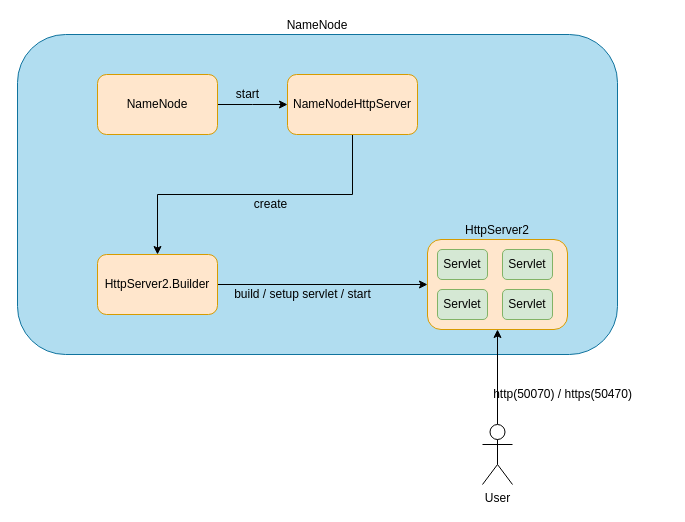
This is develop-stack/bigdata/hadoop/hdfs/hdfs_namenode_httpserver.drawio from sciatta/draw, a draw.io file, before an edit. Source tidied: cells renumbered, new cells numbered last; positions are measured from the earlier drawing's top-left corner, leaving out a move shared by most shapes. Both pictures are drawn from the tidied source at 100%, with x=0, y=0 at pixel (17, 34).
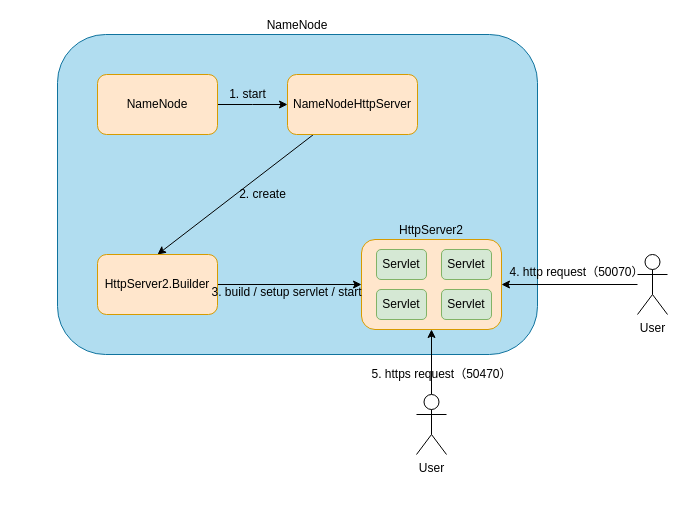
After the change.

Unchanged cells that the change refers to:
```xml
<mxCell id="7" value="NameNodeHttpServer" style="rounded=1;whiteSpace=wrap;html=1;fillColor=#ffe6cc;strokeColor=#d79b00;" parent="1" vertex="1">
  <mxGeometry x="270" y="40" width="130" height="60" as="geometry" />
</mxCell>
<mxCell id="9" value="HttpServer2.Builder" style="rounded=1;whiteSpace=wrap;html=1;fillColor=#ffe6cc;strokeColor=#d79b00;" parent="1" vertex="1">
  <mxGeometry x="80" y="220" width="120" height="60" as="geometry" />
</mxCell>
```

Diff of the diagram source:
```diff
@@
     <mxCell id="2" value="NameNode" style="rounded=1;whiteSpace=wrap;html=1;labelPosition=center;verticalLabelPosition=top;align=center;verticalAlign=bottom;fillColor=#b1ddf0;strokeColor=#10739e;" parent="1" vertex="1">
-      <mxGeometry width="600" height="320" as="geometry" />
+      <mxGeometry x="40" width="480" height="320" as="geometry" />
     </mxCell>
@@
-    <mxCell id="5" value="start" style="text;html=1;align=center;verticalAlign=middle;" parent="1" vertex="1">
-      <mxGeometry x="210" y="50" width="40" height="20" as="geometry" />
+    <mxCell id="5" value="1. start" style="text;html=1;align=center;verticalAlign=middle;" parent="1" vertex="1">
+      <mxGeometry x="205" y="50" width="50" height="20" as="geometry" />
     </mxCell>
-    <mxCell id="6" style="rounded=0;jettySize=auto;html=1;entryX=0.5;entryY=0;entryDx=0;entryDy=0;edgeStyle=orthogonalEdgeStyle;" parent="1" edge="1" source="7" target="9">
-      <mxGeometry relative="1" as="geometry">
-        <Array as="points">
-          <mxPoint x="335" y="160" />
-          <mxPoint x="140" y="160" />
-        </Array>
-      </mxGeometry>
+    <mxCell id="6" style="rounded=0;jettySize=auto;html=1;entryX=0.5;entryY=0;entryDx=0;entryDy=0;" parent="1" edge="1" source="7" target="9">
+      <mxGeometry relative="1" as="geometry" />
     </mxCell>
@@
-    <mxCell id="10" value="create" style="text;html=1;align=center;verticalAlign=middle;" parent="1" vertex="1">
-      <mxGeometry x="228" y="160" width="50" height="20" as="geometry" />
+    <mxCell id="10" value="2. create" style="text;html=1;align=center;verticalAlign=middle;" parent="1" vertex="1">
+      <mxGeometry x="215" y="150" width="60" height="20" as="geometry" />
     </mxCell>
-    <mxCell id="11" value="build / setup servlet / start" style="text;html=1;align=center;verticalAlign=middle;" parent="1" vertex="1">
-      <mxGeometry x="210" y="250" width="150" height="20" as="geometry" />
-    </mxCell>
@@
     <mxCell id="13" value="User" style="shape=umlActor;verticalLabelPosition=bottom;labelBackgroundColor=#ffffff;verticalAlign=top;html=1;outlineConnect=0;rounded=1;" parent="1" vertex="1">
-      <mxGeometry x="465" y="390" width="30" height="60" as="geometry" />
+      <mxGeometry x="399" y="360" width="30" height="60" as="geometry" />
     </mxCell>
-    <mxCell id="14" value="http(50070) / https(50470)" style="text;html=1;align=center;verticalAlign=middle;" parent="1" vertex="1">
-      <mxGeometry x="470" y="350" width="150" height="20" as="geometry" />
+    <mxCell id="14" value="5. https request（50470）" style="text;html=1;align=center;verticalAlign=middle;" parent="1" vertex="1">
+      <mxGeometry x="344" y="330" width="160" height="20" as="geometry" />
     </mxCell>
+    <mxCell id="20" style="edgeStyle=orthogonalEdgeStyle;rounded=0;jettySize=auto;html=1;entryX=1;entryY=0.5;entryDx=0;entryDy=0;" parent="1" edge="1" source="21" target="15">
+      <mxGeometry relative="1" as="geometry" />
+    </mxCell>
+    <mxCell id="21" value="User" style="shape=umlActor;verticalLabelPosition=bottom;labelBackgroundColor=#ffffff;verticalAlign=top;html=1;outlineConnect=0;rounded=1;" parent="1" vertex="1">
+      <mxGeometry x="620" y="220" width="30" height="60" as="geometry" />
+    </mxCell>
+    <mxCell id="22" value="4. http request（50070）" style="text;html=1;align=center;verticalAlign=middle;" parent="1" vertex="1">
+      <mxGeometry x="484" y="228" width="150" height="20" as="geometry" />
+    </mxCell>
+    <mxCell id="23" style="group;" parent="1" vertex="1">
+      <mxGeometry x="344" y="205" width="140" height="90" as="geometry" />
+    </mxCell>
-    <mxCell id="15" value="HttpServer2" style="rounded=1;whiteSpace=wrap;html=1;fillColor=#ffe6cc;strokeColor=#d79b00;labelPosition=center;verticalLabelPosition=top;align=center;verticalAlign=bottom;" parent="1" vertex="1">
-      <mxGeometry x="410" y="205" width="140" height="90" as="geometry" />
+    <mxCell id="15" value="HttpServer2" style="rounded=1;whiteSpace=wrap;html=1;fillColor=#ffe6cc;strokeColor=#d79b00;labelPosition=center;verticalLabelPosition=top;align=center;verticalAlign=bottom;" parent="23" vertex="1">
+      <mxGeometry width="140" height="90" as="geometry" />
     </mxCell>
-    <mxCell id="16" value="Servlet" style="rounded=1;whiteSpace=wrap;html=1;fillColor=#d5e8d4;strokeColor=#82b366;" parent="1" vertex="1">
-      <mxGeometry x="420" y="215" width="50" height="30" as="geometry" />
+    <mxCell id="16" value="Servlet" style="rounded=1;whiteSpace=wrap;html=1;fillColor=#d5e8d4;strokeColor=#82b366;" parent="23" vertex="1">
+      <mxGeometry x="15" y="10" width="50" height="30" as="geometry" />
     </mxCell>
-    <mxCell id="17" value="Servlet" style="rounded=1;whiteSpace=wrap;html=1;fillColor=#d5e8d4;strokeColor=#82b366;" parent="1" vertex="1">
-      <mxGeometry x="420" y="255" width="50" height="30" as="geometry" />
+    <mxCell id="17" value="Servlet" style="rounded=1;whiteSpace=wrap;html=1;fillColor=#d5e8d4;strokeColor=#82b366;" parent="23" vertex="1">
+      <mxGeometry x="15" y="50" width="50" height="30" as="geometry" />
     </mxCell>
-    <mxCell id="18" value="Servlet" style="rounded=1;whiteSpace=wrap;html=1;fillColor=#d5e8d4;strokeColor=#82b366;" parent="1" vertex="1">
-      <mxGeometry x="485" y="215" width="50" height="30" as="geometry" />
+    <mxCell id="18" value="Servlet" style="rounded=1;whiteSpace=wrap;html=1;fillColor=#d5e8d4;strokeColor=#82b366;" parent="23" vertex="1">
+      <mxGeometry x="80" y="10" width="50" height="30" as="geometry" />
     </mxCell>
-    <mxCell id="19" value="Servlet" style="rounded=1;whiteSpace=wrap;html=1;fillColor=#d5e8d4;strokeColor=#82b366;" parent="1" vertex="1">
-      <mxGeometry x="485" y="255" width="50" height="30" as="geometry" />
+    <mxCell id="19" value="Servlet" style="rounded=1;whiteSpace=wrap;html=1;fillColor=#d5e8d4;strokeColor=#82b366;" parent="23" vertex="1">
+      <mxGeometry x="80" y="50" width="50" height="30" as="geometry" />
     </mxCell>
+    <mxCell id="11" value="3. build / setup servlet / start" style="text;html=1;align=center;verticalAlign=middle;" parent="1" vertex="1">
+      <mxGeometry x="184" y="248" width="170" height="20" as="geometry" />
+    </mxCell>
```
